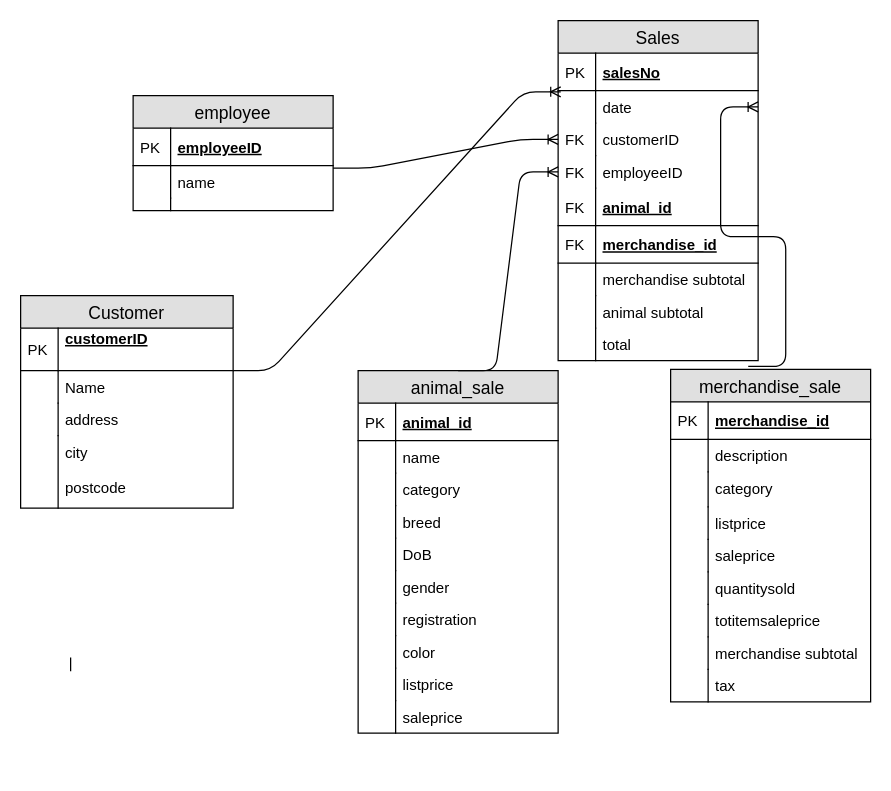
Above: 3.drawio in ssd32033/Dteam (draw.io), before the change. Source tidied: cells renumbered, new cells numbered last; positions are measured from the earlier drawing's top-left corner, leaving out a move shared by most shapes. Both pictures are drawn from the tidied source at 125%, with x=0, y=0 at pixel (20, 20).
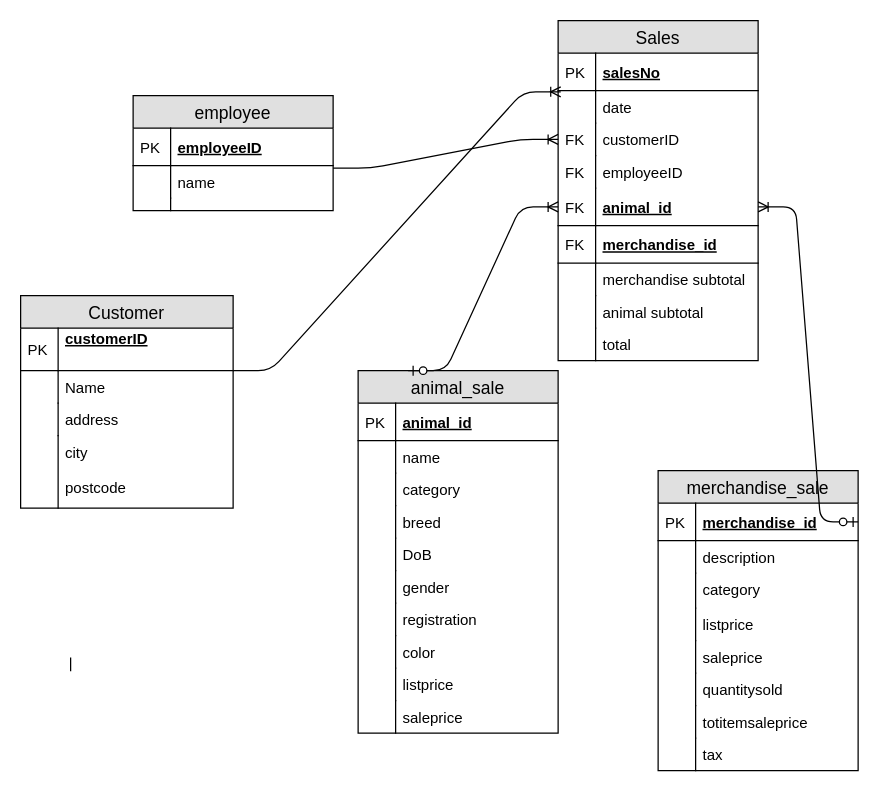
The same diagram, later.

The change refers to these unchanged cells:
```xml
<mxCell id="5" value="date" style="shape=partialRectangle;top=0;left=0;right=0;bottom=0;align=left;verticalAlign=top;fillColor=none;spacingLeft=34;spacingRight=4;overflow=hidden;points=[[0,0.5],[1,0.5]];portConstraint=eastwest;fontSize=12;" parent="2" vertex="1">
  <mxGeometry y="56" width="160" height="26" as="geometry" />
</mxCell>
<mxCell id="9" value="employeeID" style="shape=partialRectangle;top=0;left=0;right=0;bottom=0;align=left;verticalAlign=top;fillColor=none;spacingLeft=34;spacingRight=4;overflow=hidden;points=[[0,0.5],[1,0.5]];portConstraint=eastwest;fontSize=12;" parent="2" vertex="1">
  <mxGeometry y="108" width="160" height="26" as="geometry" />
</mxCell>
<mxCell id="11" value="animal_id" style="shape=partialRectangle;top=0;left=0;right=0;bottom=1;align=left;verticalAlign=middle;fillColor=none;spacingLeft=34;spacingRight=4;overflow=hidden;points=[[0,0.5],[1,0.5]];portConstraint=eastwest;fontStyle=5;fontSize=12;" parent="2" vertex="1">
  <mxGeometry y="134" width="160" height="30" as="geometry" />
</mxCell>
<mxCell id="39" value="animal_sale" style="swimlane;fontStyle=0;horizontal=1;startSize=26;fillColor=#e0e0e0;swimlaneFillColor=#ffffff;align=center;fontSize=14;" parent="1" vertex="1">
  <mxGeometry x="270" y="280" width="160" height="290" as="geometry" />
</mxCell>
<mxCell id="61" value="merchandise_id" style="shape=partialRectangle;top=0;left=0;right=0;bottom=1;align=left;verticalAlign=middle;fillColor=none;spacingLeft=34;spacingRight=4;overflow=hidden;points=[[0,0.5],[1,0.5]];portConstraint=eastwest;fontStyle=5;fontSize=12;" parent="60" vertex="1">
  <mxGeometry y="26" width="160" height="30" as="geometry" />
</mxCell>
```

Diff of the diagram source:
```diff
@@
     <mxCell id="60" value="merchandise_sale" style="swimlane;fontStyle=0;horizontal=1;startSize=26;fillColor=#e0e0e0;swimlaneFillColor=#ffffff;align=center;fontSize=14;" parent="1" vertex="1">
-      <mxGeometry x="520" y="279" width="160" height="266" as="geometry" />
+      <mxGeometry x="510" y="360" width="160" height="240" as="geometry" />
     </mxCell>
@@
-    <mxCell id="75" value="merchandise subtotal" style="shape=partialRectangle;top=0;left=0;right=0;bottom=0;align=left;verticalAlign=top;fillColor=none;spacingLeft=34;spacingRight=4;overflow=hidden;fontSize=12;" parent="60" vertex="1">
-      <mxGeometry y="214" width="160" height="26" as="geometry" />
-    </mxCell>
-    <mxCell id="76" style="shape=partialRectangle;top=0;left=0;bottom=0;fillColor=none;align=left;verticalAlign=top;spacingLeft=4;spacingRight=4;overflow=hidden;fontSize=12;" parent="75" vertex="1">
-      <mxGeometry width="30" height="26" as="geometry" />
-    </mxCell>
     <mxCell id="77" value="tax" style="shape=partialRectangle;top=0;left=0;right=0;bottom=0;align=left;verticalAlign=top;fillColor=none;spacingLeft=34;spacingRight=4;overflow=hidden;fontSize=12;" parent="60" vertex="1">
-      <mxGeometry y="240" width="160" height="26" as="geometry" />
+      <mxGeometry y="214" width="160" height="26" as="geometry" />
     </mxCell>
@@
-    <mxCell id="81" style="edgeStyle=entityRelationEdgeStyle;fontSize=12;html=1;endArrow=ERoneToMany;entryX=0;entryY=0.5;entryDx=0;entryDy=0;exitX=0.5;exitY=0;exitDx=0;exitDy=0;" parent="1" edge="1" source="39" target="9">
-      <mxGeometry relative="1" as="geometry" />
-    </mxCell>
-    <mxCell id="82" style="edgeStyle=entityRelationEdgeStyle;fontSize=12;html=1;endArrow=ERoneToMany;exitX=0.388;exitY=-0.009;exitDx=0;exitDy=0;exitPerimeter=0;entryX=1;entryY=0.5;entryDx=0;entryDy=0;" parent="1" edge="1" source="60" target="5">
-      <mxGeometry relative="1" as="geometry" />
-    </mxCell>
+    <mxCell id="83" style="edgeStyle=entityRelationEdgeStyle;fontSize=12;html=1;endArrow=ERoneToMany;startArrow=ERzeroToOne;entryX=0;entryY=0.5;entryDx=0;entryDy=0;exitX=0.25;exitY=0;exitDx=0;exitDy=0;" parent="1" edge="1" source="39" target="11">
+      <mxGeometry relative="1" as="geometry" />
+    </mxCell>
+    <mxCell id="84" style="edgeStyle=entityRelationEdgeStyle;fontSize=12;html=1;endArrow=ERoneToMany;startArrow=ERzeroToOne;exitX=1;exitY=0.5;exitDx=0;exitDy=0;" parent="1" edge="1" source="61" target="11">
+      <mxGeometry relative="1" as="geometry" />
+    </mxCell>
```
